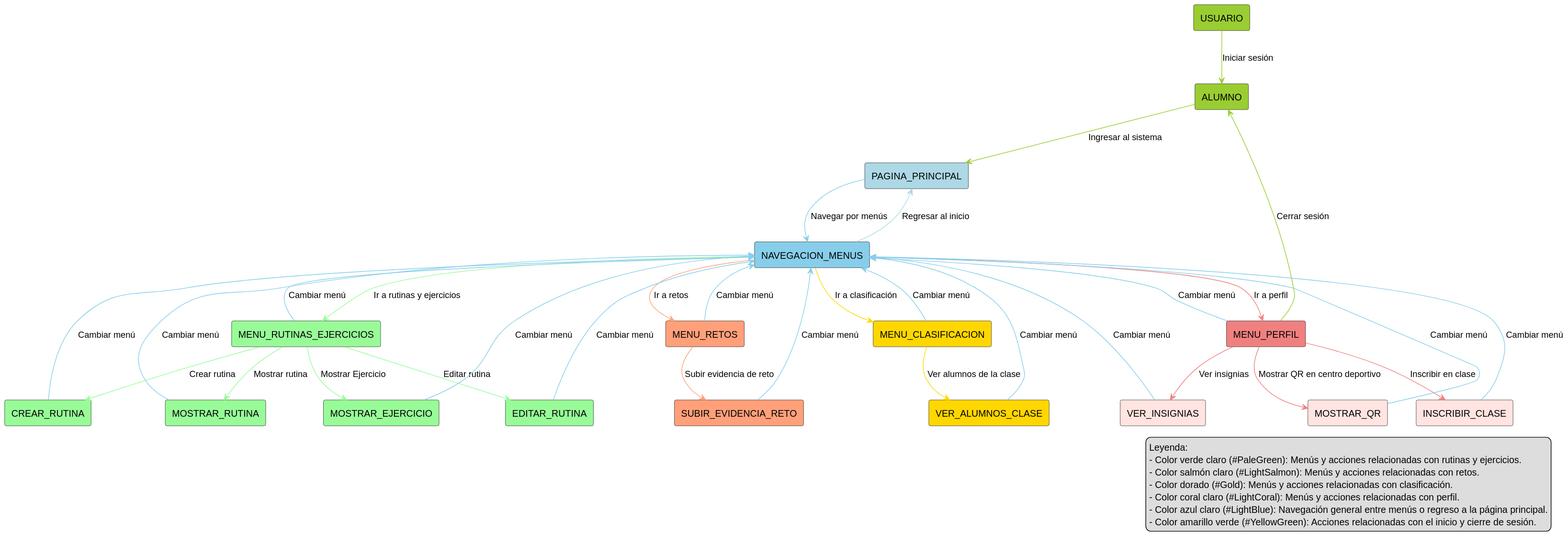
Before: Documentos/Imagenes/DiagramasContexto/AlumnoContexto.svg, a diagram exported from PlantUML (mmasias/24-25-IdSw1-SDR).
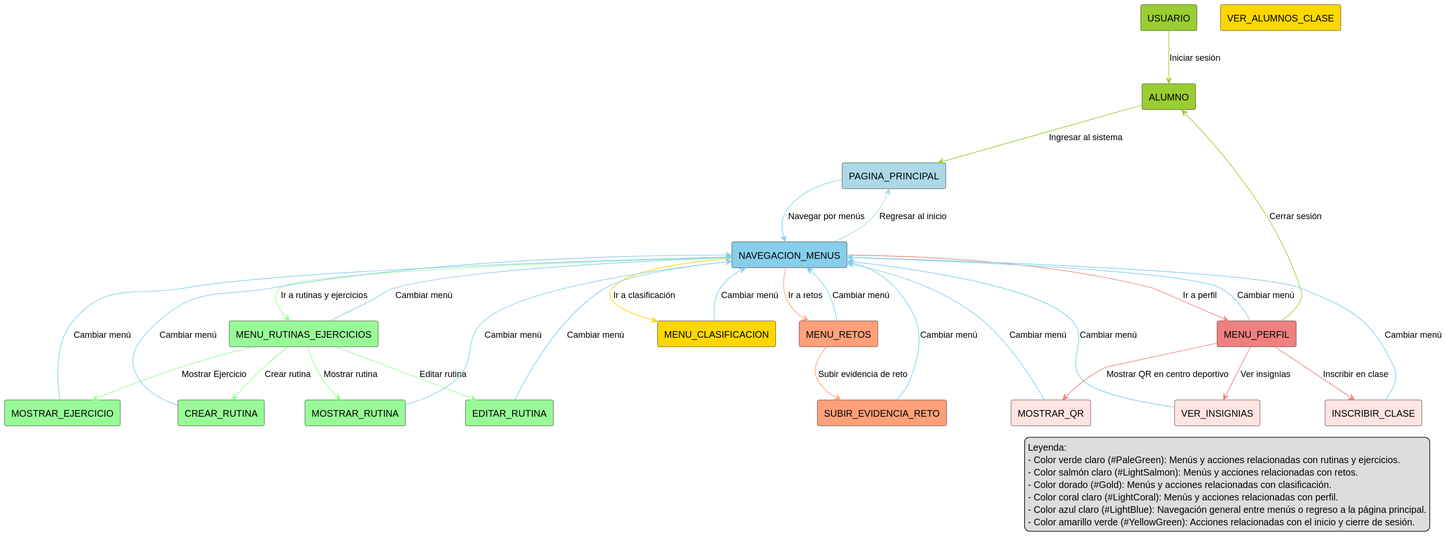
Above is the later version.

Change to the diagram source:
```diff
@@ -43,9 +43,6 @@
 MENU_RETOS -[#LightSalmon]-> SUBIR_EVIDENCIA_RETO : Subir evidencia de reto
 SUBIR_EVIDENCIA_RETO -[#SkyBlue]-> NAVEGACION_MENUS : Cambiar menú
 
-MENU_CLASIFICACION -[#Gold]-> VER_ALUMNOS_CLASE : Ver alumnos de la clase
-VER_ALUMNOS_CLASE -[#SkyBlue]-> NAVEGACION_MENUS : Cambiar menú
-
 MENU_PERFIL -[#LightCoral]-> VER_INSIGNIAS : Ver insignias
 MENU_PERFIL -[#LightCoral]-> INSCRIBIR_CLASE : Inscribir en clase
 MENU_PERFIL -[#LightCoral]-> MOSTRAR_QR : Mostrar QR en centro deportivo
```
